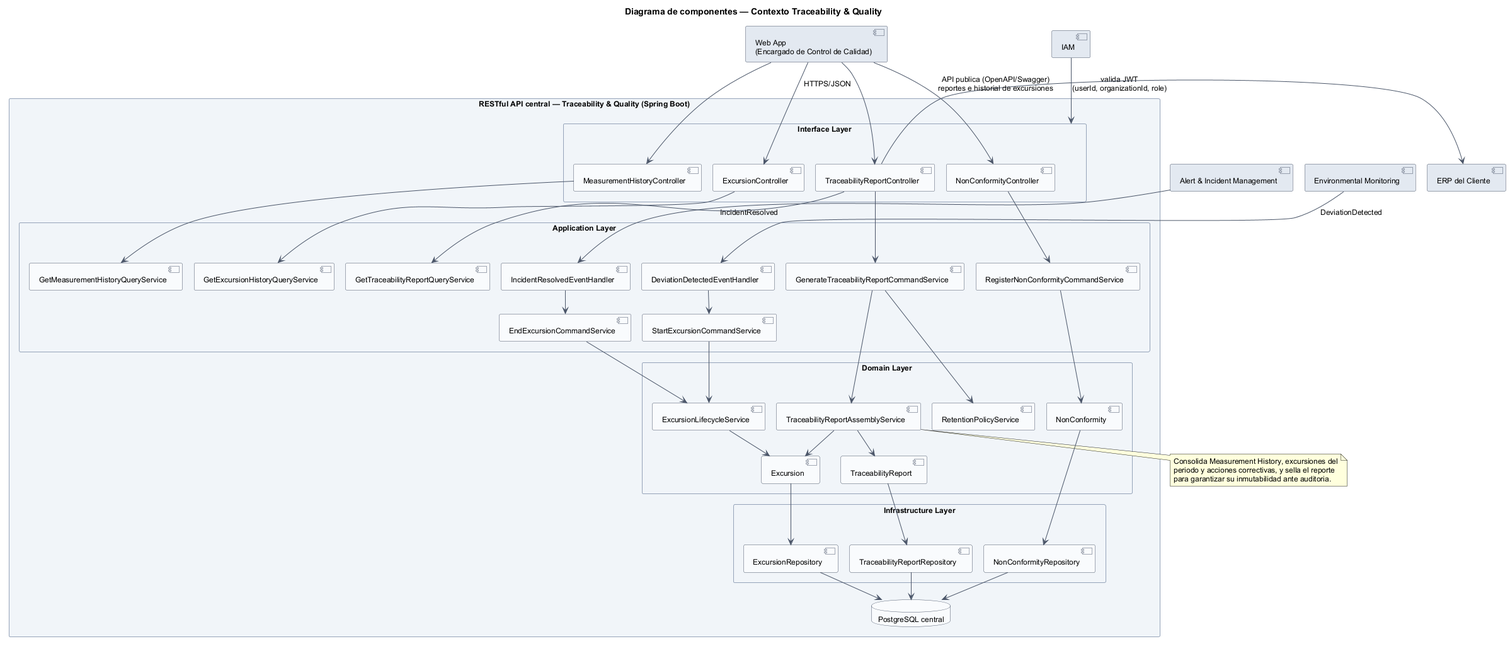
Before: assets/img/chapter-4/BC Traceability & Quality/Component Diagram - Traceability & Quality.png, a diagram exported from PlantUML (MachineGuard/MachineGuard-Documentation). Its diagram source:
```plantuml
@startuml
!pragma layout smetana
title Diagrama de componentes — Contexto Traceability & Quality

skinparam backgroundColor white
skinparam shadowing false
skinparam defaultFontName Arial
skinparam defaultFontSize 12
skinparam componentBorderColor #4A5568
skinparam componentBackgroundColor #F8FAFC
skinparam databaseBorderColor #4A5568
skinparam databaseBackgroundColor #F8FAFC
skinparam ArrowColor #4A5568
skinparam packageStyle rectangle
skinparam packageBorderColor #94A3B8
skinparam packageBackgroundColor #F1F5F9
skinparam nodesep 30
skinparam ranksep 45

component "Web App\n(Encargado de Control de Calidad)" as WebApp #E2E8F0
component "Environmental Monitoring" as EM #E2E8F0
component "Alert & Incident Management" as AIM #E2E8F0
component "IAM" as IAM #E2E8F0
component "ERP del Cliente" as ERP #E2E8F0

package "RESTful API central — Traceability & Quality (Spring Boot)" as BC {

  package "Interface Layer" as Interface {
    component ExcursionController as EC
    component TraceabilityReportController as TRC
    component NonConformityController as NCC
    component MeasurementHistoryController as MHC
  }

  package "Application Layer" as Application {
    component DeviationDetectedEventHandler as DDEH
    component IncidentResolvedEventHandler as IREH
    component StartExcursionCommandService as SECS
    component EndExcursionCommandService as EECS
    component GenerateTraceabilityReportCommandService as GTRCS
    component RegisterNonConformityCommandService as RNCCS
    component GetExcursionHistoryQueryService as GEHQS
    component GetTraceabilityReportQueryService as GTRQS
    component GetMeasurementHistoryQueryService as GMHQS
  }

  package "Domain Layer" as Domain {
    component ExcursionLifecycleService as ELS
    component TraceabilityReportAssemblyService as TRAS
    component RetentionPolicyService as RPS
    component Excursion as EXC
    component TraceabilityReport as TR
    component NonConformity as NC
  }

  package "Infrastructure Layer" as Infrastructure {
    component ExcursionRepository as ER
    component TraceabilityReportRepository as TRR
    component NonConformityRepository as NCR
  }

  database "PostgreSQL central" as PG
}

WebApp -down-> EC : HTTPS/JSON
WebApp -down-> TRC
WebApp -down-> NCC
WebApp -down-> MHC

EM -down-> DDEH : DeviationDetected
AIM -down-> IREH : IncidentResolved
IAM -down-> Interface : valida JWT\n(userId, organizationId, role)

EC -down-> GEHQS
TRC -down-> GTRCS
TRC -down-> GTRQS
NCC -down-> RNCCS
MHC -down-> GMHQS

DDEH -down-> SECS
IREH -down-> EECS

SECS -down-> ELS
EECS -down-> ELS
GTRCS -down-> TRAS
GTRCS -down-> RPS
RNCCS -down-> NC

ELS -down-> EXC
TRAS -down-> TR
TRAS -down-> EXC

EXC -down-> ER
TR -down-> TRR
NC -down-> NCR

ER -down-> PG
TRR -down-> PG
NCR -down-> PG

TRC -right-> ERP : API publica (OpenAPI/Swagger)\nreportes e historial de excursiones

note bottom of TRAS
  Consolida Measurement History, excursiones del
  periodo y acciones correctivas, y sella el reporte
  para garantizar su inmutabilidad ante auditoria.
end note
@enduml
```
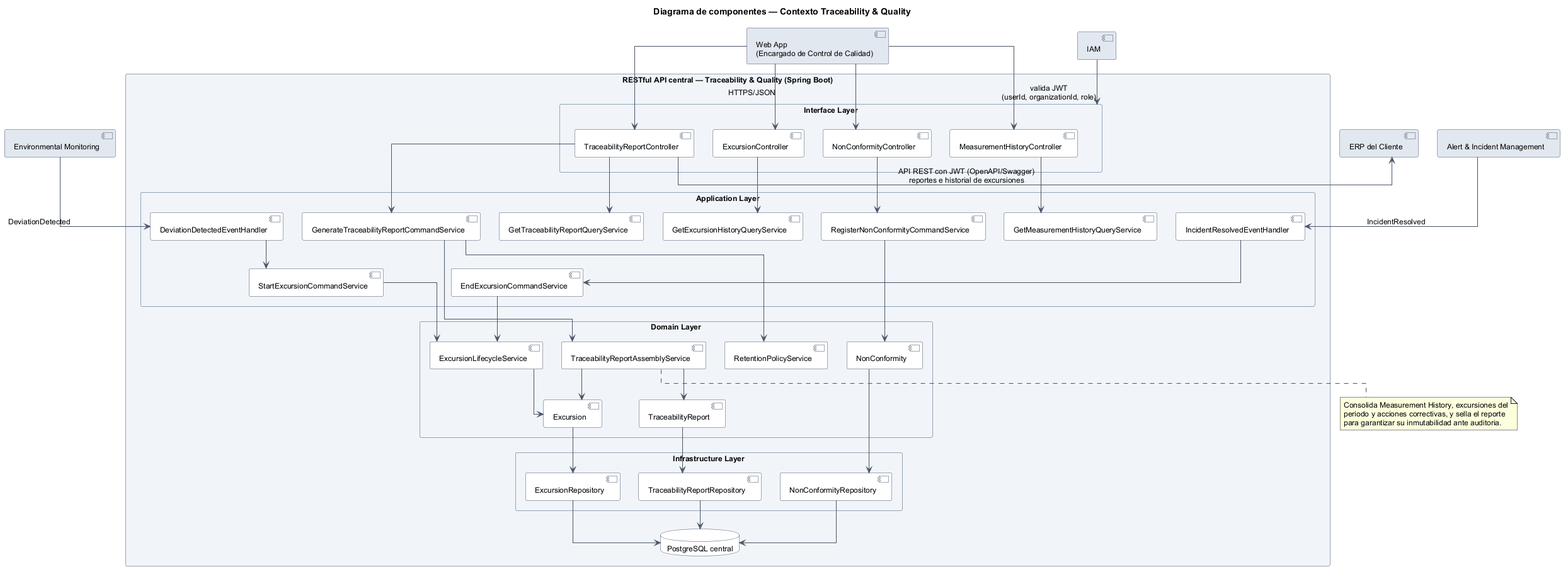
The same file after the commit.

Commit message:
docs(chapter4): export updated plantuml diagrams

The edit, as a diff of the source:
```diff
@@ -1,5 +1,5 @@
 @startuml
-!pragma layout smetana
+skinparamlocked linetype ortho
 title Diagrama de componentes — Contexto Traceability & Quality
 
 skinparam backgroundColor white
@@ -98,7 +98,7 @@
 TRR -down-> PG
 NCR -down-> PG
 
-TRC -right-> ERP : API publica (OpenAPI/Swagger)\nreportes e historial de excursiones
+TRC -right-> ERP : API REST con JWT (OpenAPI/Swagger)\nreportes e historial de excursiones
 
 note bottom of TRAS
   Consolida Measurement History, excursiones del
```
